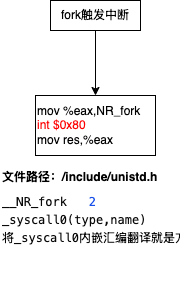
Before: linux_fork.png, a diagram exported from draw.io (zhaole0606/pic). Source tidied: cells renumbered, new cells last; positions are measured from the earlier drawing's top-left corner, leaving out a move shared by most shapes.
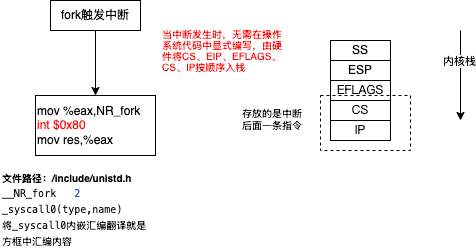
Later version of the same file.

What changed in the source:
```diff
@@ -11,8 +11,41 @@
     <mxCell id="4" value="mov %eax,NR_fork&lt;div&gt;&lt;font color=&quot;#ff0000&quot;&gt;int $0x80&lt;/font&gt;&lt;/div&gt;&lt;div&gt;mov res,%eax&lt;/div&gt;" style="whiteSpace=wrap;html=1;rounded=0;align=left;" parent="1" vertex="1">
       <mxGeometry x="35" y="95" width="120" height="60" as="geometry" />
     </mxCell>
-    <mxCell id="5" value="&lt;h1 style=&quot;margin-top: 0px; line-height: 50%;&quot;&gt;&lt;font style=&quot;font-size: 12px;&quot;&gt;文件路径：/include/unistd.h&lt;/font&gt;&lt;/h1&gt;&lt;div style=&quot;line-height: 50%;&quot;&gt;&lt;div style=&quot;background-color: rgb(255, 255, 255); color: rgb(8, 8, 8); line-height: 50%;&quot;&gt;&lt;pre style=&quot;font-family: &amp;quot;JetBrains Mono&amp;quot;, monospace; line-height: 50%;&quot;&gt;&lt;font style=&quot;font-size: 12px;&quot;&gt;__NR_fork   &lt;span style=&quot;color:#1750eb;&quot;&gt;2&lt;/span&gt;&lt;/font&gt;&lt;/pre&gt;&lt;pre style=&quot;font-family: &amp;quot;JetBrains Mono&amp;quot;, monospace; line-height: 50%;&quot;&gt;&lt;div style=&quot;line-height: 50%;&quot;&gt;&lt;pre style=&quot;font-family: &amp;quot;JetBrains Mono&amp;quot;, monospace; line-height: 50%;&quot;&gt;&lt;font style=&quot;font-size: 12px;&quot;&gt;_syscall0(type,name)&lt;/font&gt;&lt;/pre&gt;&lt;pre style=&quot;font-family: &amp;quot;JetBrains Mono&amp;quot;, monospace; line-height: 50%;&quot;&gt;&lt;font style=&quot;font-size: 12px;&quot;&gt;将_syscall0内嵌汇编翻译就是方框中内容 &lt;/font&gt;&lt;/pre&gt;&lt;/div&gt;&lt;/pre&gt;&lt;/div&gt;&lt;/div&gt;" style="text;html=1;whiteSpace=wrap;overflow=hidden;rounded=0;" parent="1" vertex="1">
-      <mxGeometry y="160" width="180" height="120" as="geometry" />
+    <mxCell id="5" value="&lt;p style=&quot;line-height: 90%;&quot;&gt;&lt;/p&gt;&lt;h1 style=&quot;margin-top: 0px; line-height: 60%; font-size: 10px;&quot;&gt;&lt;font style=&quot;font-size: 10px;&quot;&gt;文件路径：/include/unistd.h&lt;/font&gt;&lt;/h1&gt;&lt;div style=&quot;line-height: 60%; font-size: 10px;&quot;&gt;&lt;div style=&quot;background-color: rgb(255, 255, 255); color: rgb(8, 8, 8); line-height: 60%;&quot;&gt;&lt;pre style=&quot;font-family: &amp;quot;JetBrains Mono&amp;quot;, monospace; line-height: 60%;&quot;&gt;&lt;font style=&quot;font-size: 10px;&quot;&gt;__NR_fork   &lt;span style=&quot;color:#1750eb;&quot;&gt;2&lt;/span&gt;&lt;/font&gt;&lt;/pre&gt;&lt;pre style=&quot;font-family: &amp;quot;JetBrains Mono&amp;quot;, monospace; line-height: 60%;&quot;&gt;&lt;div style=&quot;line-height: 60%;&quot;&gt;&lt;pre style=&quot;font-family: &amp;quot;JetBrains Mono&amp;quot;, monospace; line-height: 60%;&quot;&gt;&lt;font style=&quot;font-size: 10px;&quot;&gt;_syscall0(type,name)&lt;/font&gt;&lt;/pre&gt;&lt;pre style=&quot;font-family: &amp;quot;JetBrains Mono&amp;quot;, monospace; line-height: 60%;&quot;&gt;&lt;font style=&quot;font-size: 10px;&quot;&gt;将_syscall0内嵌汇编翻译就是&lt;/font&gt;&lt;/pre&gt;&lt;pre style=&quot;font-family: &amp;quot;JetBrains Mono&amp;quot;, monospace; line-height: 60%;&quot;&gt;&lt;font style=&quot;font-size: 10px;&quot;&gt;方框中汇编内容 &lt;/font&gt;&lt;/pre&gt;&lt;/div&gt;&lt;/pre&gt;&lt;/div&gt;&lt;/div&gt;&lt;p&gt;&lt;/p&gt;" style="text;html=1;whiteSpace=wrap;overflow=hidden;rounded=0;verticalAlign=middle;" parent="1" vertex="1">
+      <mxGeometry y="160" width="180" height="90" as="geometry" />
     </mxCell>
+    <mxCell id="6" style="endArrow=classic;html=1;rounded=0;" parent="1" edge="1">
+      <mxGeometry relative="1" as="geometry">
+        <mxPoint x="460" y="30" as="sourcePoint" />
+        <mxPoint x="460" y="120" as="targetPoint" />
+      </mxGeometry>
+    </mxCell>
+    <mxCell id="7" value="内核栈" style="edgeLabel;html=1;align=center;verticalAlign=middle;" parent="6" vertex="1">
+      <mxGeometry x="-0.31" y="-1" relative="1" as="geometry" />
+    </mxCell>
+    <mxCell id="8" value="SS" style="rounded=0;whiteSpace=wrap;html=1;" parent="1" vertex="1">
+      <mxGeometry x="330" y="40" width="60" height="20" as="geometry" />
+    </mxCell>
+    <mxCell id="9" value="ESP" style="rounded=0;whiteSpace=wrap;html=1;" parent="1" vertex="1">
+      <mxGeometry x="330" y="60" width="60" height="20" as="geometry" />
+    </mxCell>
+    <mxCell id="10" value="&lt;span style=&quot;font-family: -webkit-standard; text-align: start; caret-color: rgb(0, 0, 0);&quot;&gt;&lt;font style=&quot;font-size: 12px;&quot;&gt;EFLAGS&lt;/font&gt;&lt;/span&gt;" style="rounded=0;whiteSpace=wrap;html=1;" parent="1" vertex="1">
+      <mxGeometry x="330" y="80" width="60" height="20" as="geometry" />
+    </mxCell>
+    <mxCell id="11" value="&lt;span style=&quot;font-family: -webkit-standard; text-align: start; caret-color: rgb(0, 0, 0);&quot;&gt;&lt;font style=&quot;font-size: 12px;&quot;&gt;CS&lt;/font&gt;&lt;/span&gt;" style="rounded=0;whiteSpace=wrap;html=1;" parent="1" vertex="1">
+      <mxGeometry x="330" y="100" width="60" height="20" as="geometry" />
+    </mxCell>
+    <mxCell id="12" value="&lt;span style=&quot;font-family: -webkit-standard; text-align: start; caret-color: rgb(0, 0, 0);&quot;&gt;&lt;font style=&quot;font-size: 12px;&quot;&gt;IP&lt;/font&gt;&lt;/span&gt;" style="rounded=0;whiteSpace=wrap;html=1;" parent="1" vertex="1">
+      <mxGeometry x="330" y="120" width="60" height="20" as="geometry" />
+    </mxCell>
+    <mxCell id="13" value="&lt;p style=&quot;line-height: 50%;&quot;&gt;&lt;/p&gt;&lt;h1 style=&quot;margin-top: 0px; line-height: 110%; font-size: 10px;&quot;&gt;&lt;span style=&quot;font-weight: normal;&quot;&gt;&lt;font color=&quot;#ff0000&quot;&gt;&lt;font style=&quot;font-size: 10px;&quot;&gt;当中断发生时，无需在操作系统代码中显式编写，由硬件将CS、EIP、EFLAGS、CS&lt;/font&gt;、IP按顺序入栈&lt;/font&gt;&lt;/span&gt;&lt;/h1&gt;&lt;p&gt;&lt;/p&gt;" style="text;html=1;whiteSpace=wrap;overflow=hidden;rounded=0;" parent="1" vertex="1">
+      <mxGeometry x="160" y="10" width="130" height="70" as="geometry" />
+    </mxCell>
+    <mxCell id="14" style="rounded=0;whiteSpace=wrap;html=1;dashed=1;fillColor=none;" parent="1" vertex="1">
+      <mxGeometry x="320" y="95" width="90" height="55" as="geometry" />
+    </mxCell>
+    <mxCell id="15" value="&lt;h1 style=&quot;margin-top: 0px; font-size: 10px;&quot;&gt;&lt;span style=&quot;font-weight: normal;&quot;&gt;存放的是中断后面一条指令的地址&lt;/span&gt;&lt;/h1&gt;" style="text;html=1;whiteSpace=wrap;overflow=hidden;rounded=0;" parent="1" vertex="1">
+      <mxGeometry x="240" y="100" width="70" height="30" as="geometry" />
+    </mxCell>
   </root>
 </mxGraphModel>
```
